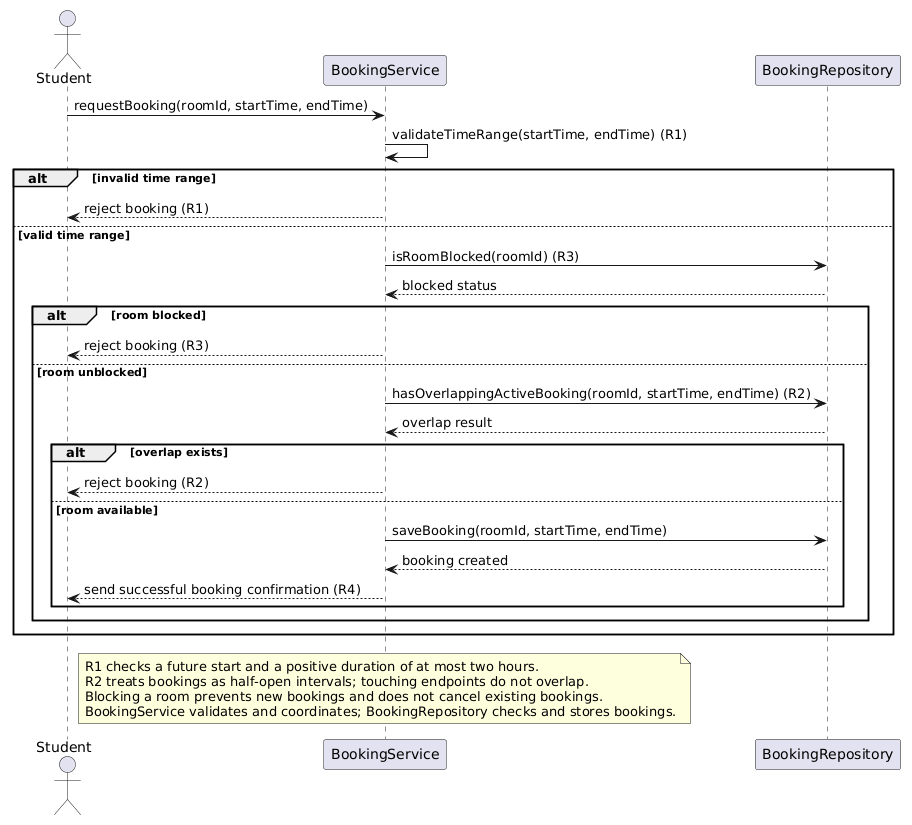
Earlier version of the PlantUML export week-04/models/img/sequence.png (Orazbayvs/se-practice). Its diagram source:
```plantuml
@startuml
actor Student
participant BookingService
participant BookingRepository
Student -> BookingService: requestBooking(roomId, startTime, endTime)
BookingService -> BookingService: validateTimeRange(startTime, endTime) (R1)
alt invalid time range
  BookingService --> Student: reject booking (R1)
else valid time range
  BookingService -> BookingRepository: isRoomBlocked(roomId) (R3)
  BookingRepository --> BookingService: blocked status
  alt room blocked
    BookingService --> Student: reject booking (R3)
  else room unblocked
    BookingService -> BookingRepository: hasOverlappingActiveBooking(roomId, startTime, endTime) (R2)
    BookingRepository --> BookingService: overlap result
    alt overlap exists
      BookingService --> Student: reject booking (R2)
    else room available
      BookingService -> BookingRepository: saveBooking(roomId, startTime, endTime)
      BookingRepository --> BookingService: booking created
      BookingService --> Student: send successful booking confirmation (R4)
    end
  end
end
note over BookingService
  R1 checks a future start and a positive duration of at most two hours.
  R2 treats bookings as half-open intervals; touching endpoints do not overlap.
  Blocking a room prevents new bookings and does not cancel existing bookings.
  BookingService validates and coordinates; BookingRepository checks and stores bookings.
end note
@enduml
```
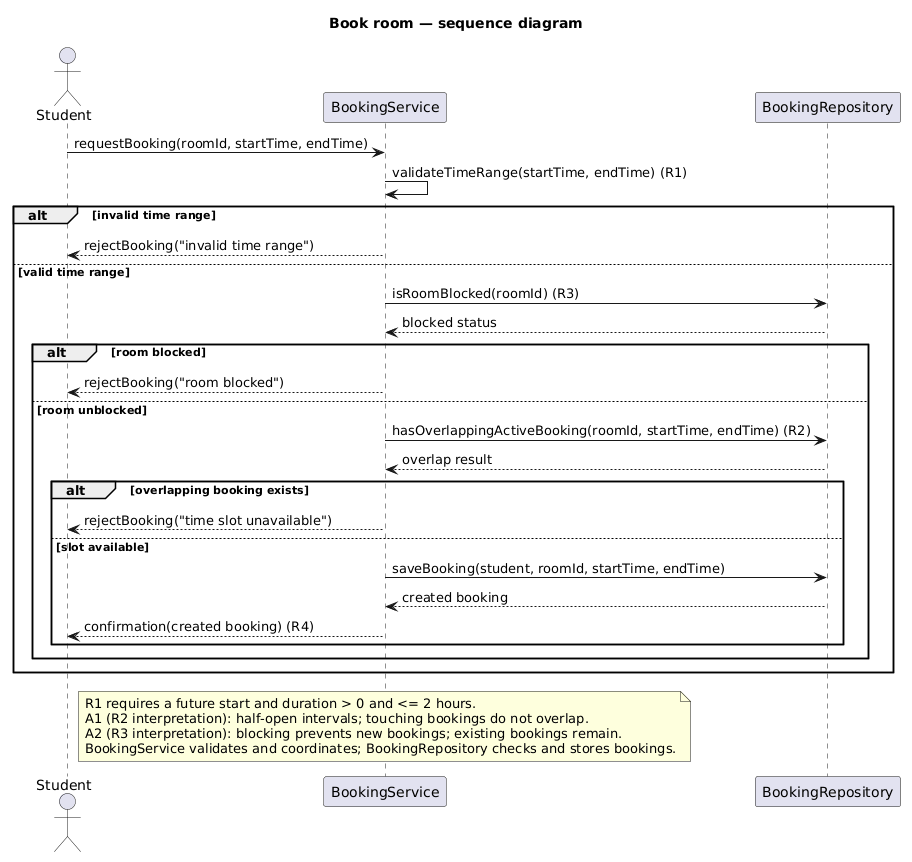
Above is the later version.

Diff of the diagram source:
```diff
@@ -1,32 +1,35 @@
 @startuml
+title Book room — sequence diagram
+
 actor Student
-participant BookingService
-participant BookingRepository
+participant "BookingService" as BookingService
+participant "BookingRepository" as BookingRepository
+
 Student -> BookingService: requestBooking(roomId, startTime, endTime)
 BookingService -> BookingService: validateTimeRange(startTime, endTime) (R1)
 alt invalid time range
-  BookingService --> Student: reject booking (R1)
+  BookingService --> Student: rejectBooking("invalid time range")
 else valid time range
   BookingService -> BookingRepository: isRoomBlocked(roomId) (R3)
   BookingRepository --> BookingService: blocked status
   alt room blocked
-    BookingService --> Student: reject booking (R3)
+    BookingService --> Student: rejectBooking("room blocked")
   else room unblocked
     BookingService -> BookingRepository: hasOverlappingActiveBooking(roomId, startTime, endTime) (R2)
     BookingRepository --> BookingService: overlap result
-    alt overlap exists
-      BookingService --> Student: reject booking (R2)
-    else room available
-      BookingService -> BookingRepository: saveBooking(roomId, startTime, endTime)
-      BookingRepository --> BookingService: booking created
-      BookingService --> Student: send successful booking confirmation (R4)
+    alt overlapping booking exists
+      BookingService --> Student: rejectBooking("time slot unavailable")
+    else slot available
+      BookingService -> BookingRepository: saveBooking(student, roomId, startTime, endTime)
+      BookingRepository --> BookingService: created booking
+      BookingService --> Student: confirmation(created booking) (R4)
     end
   end
 end
 note over BookingService
-  R1 checks a future start and a positive duration of at most two hours.
-  R2 treats bookings as half-open intervals; touching endpoints do not overlap.
-  Blocking a room prevents new bookings and does not cancel existing bookings.
+  R1 requires a future start and duration > 0 and <= 2 hours.
+  A1 (R2 interpretation): half-open intervals; touching bookings do not overlap.
+  A2 (R3 interpretation): blocking prevents new bookings; existing bookings remain.
   BookingService validates and coordinates; BookingRepository checks and stores bookings.
 end note
 @enduml
```
